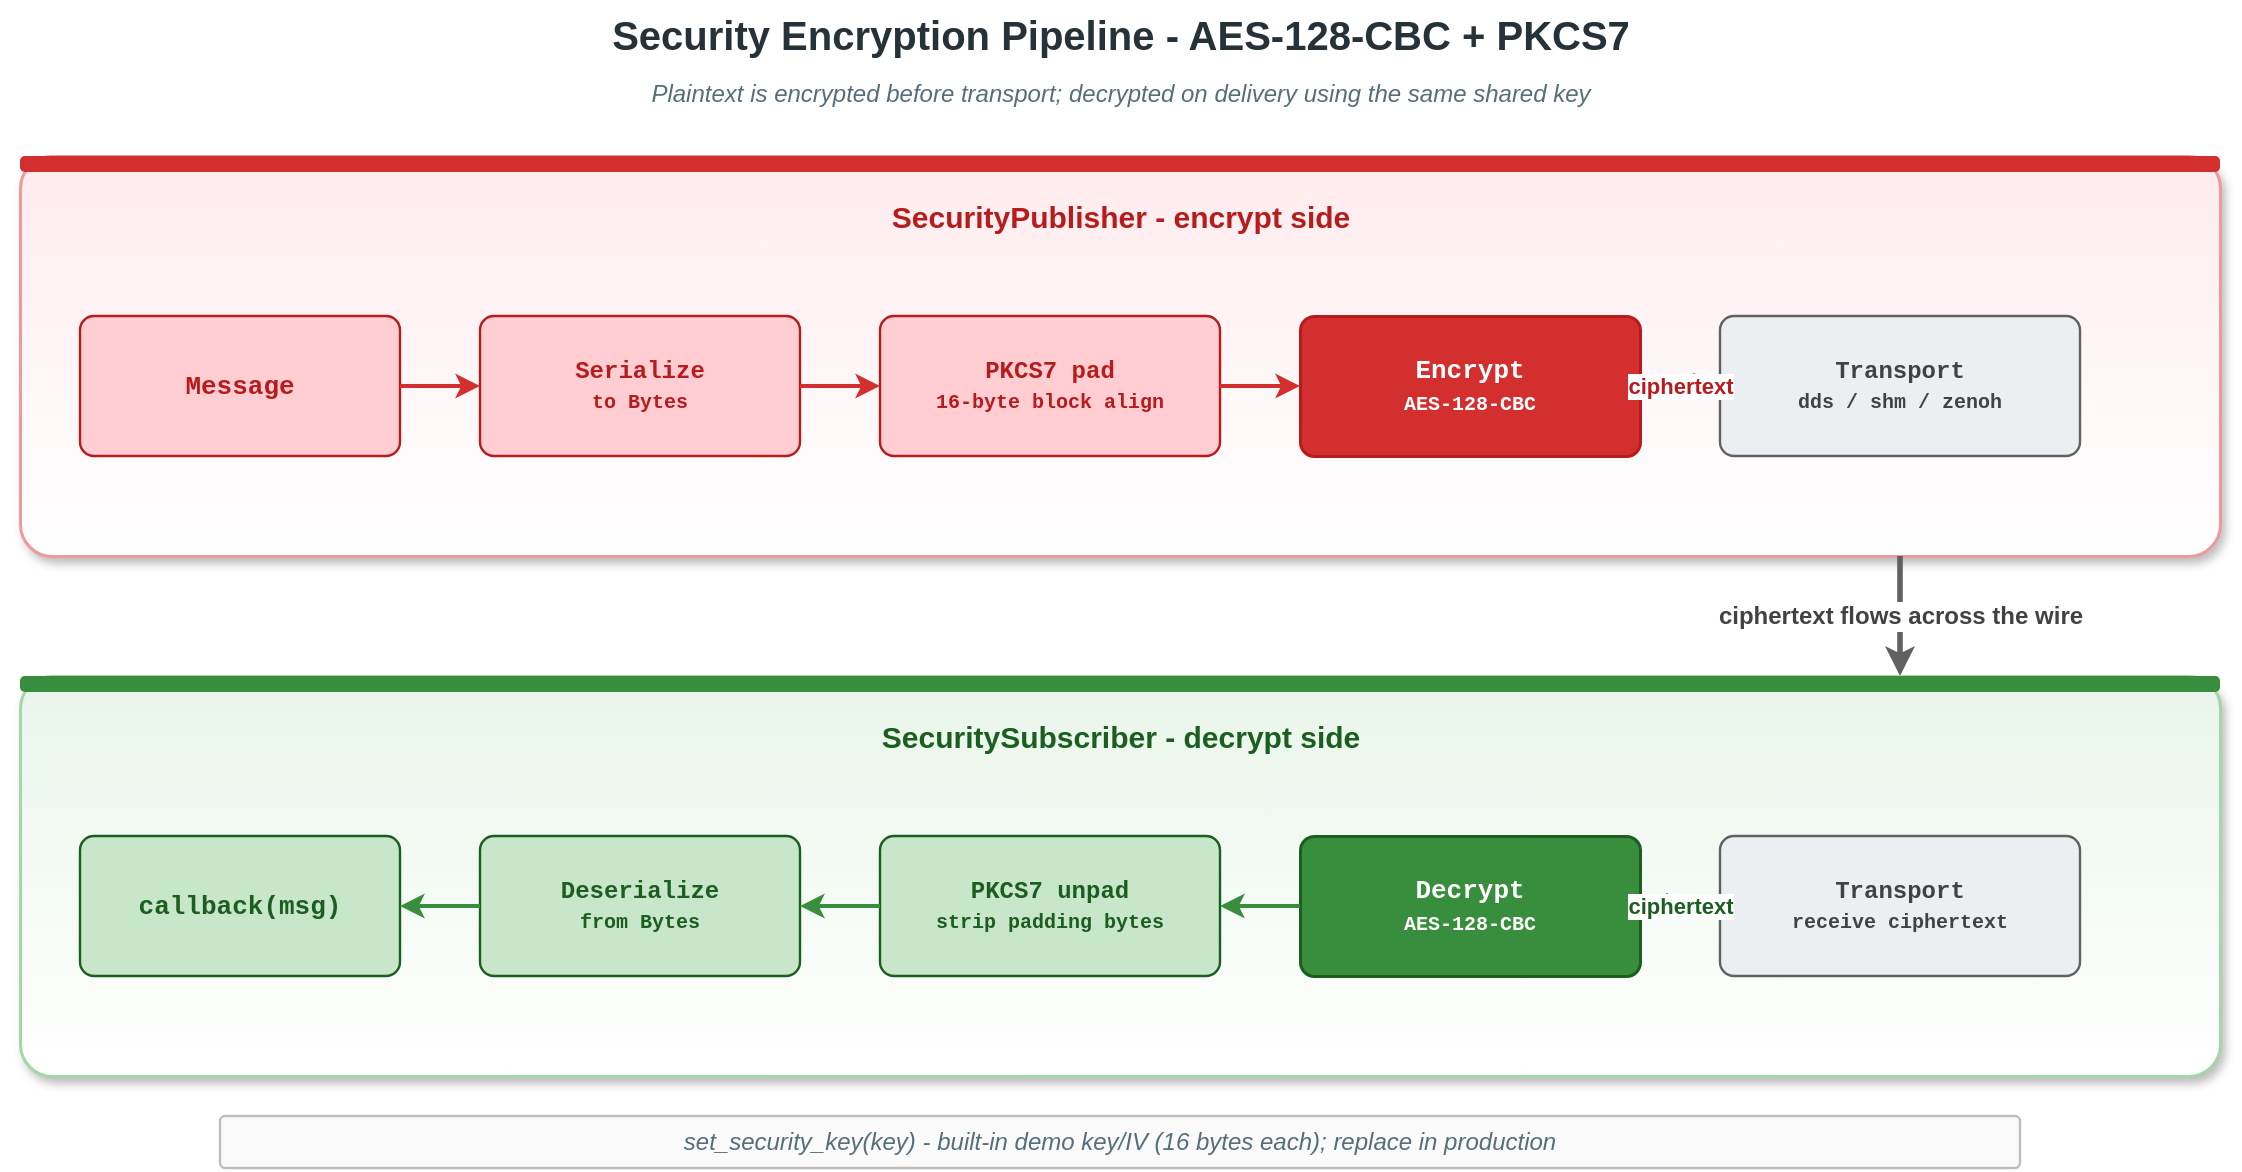
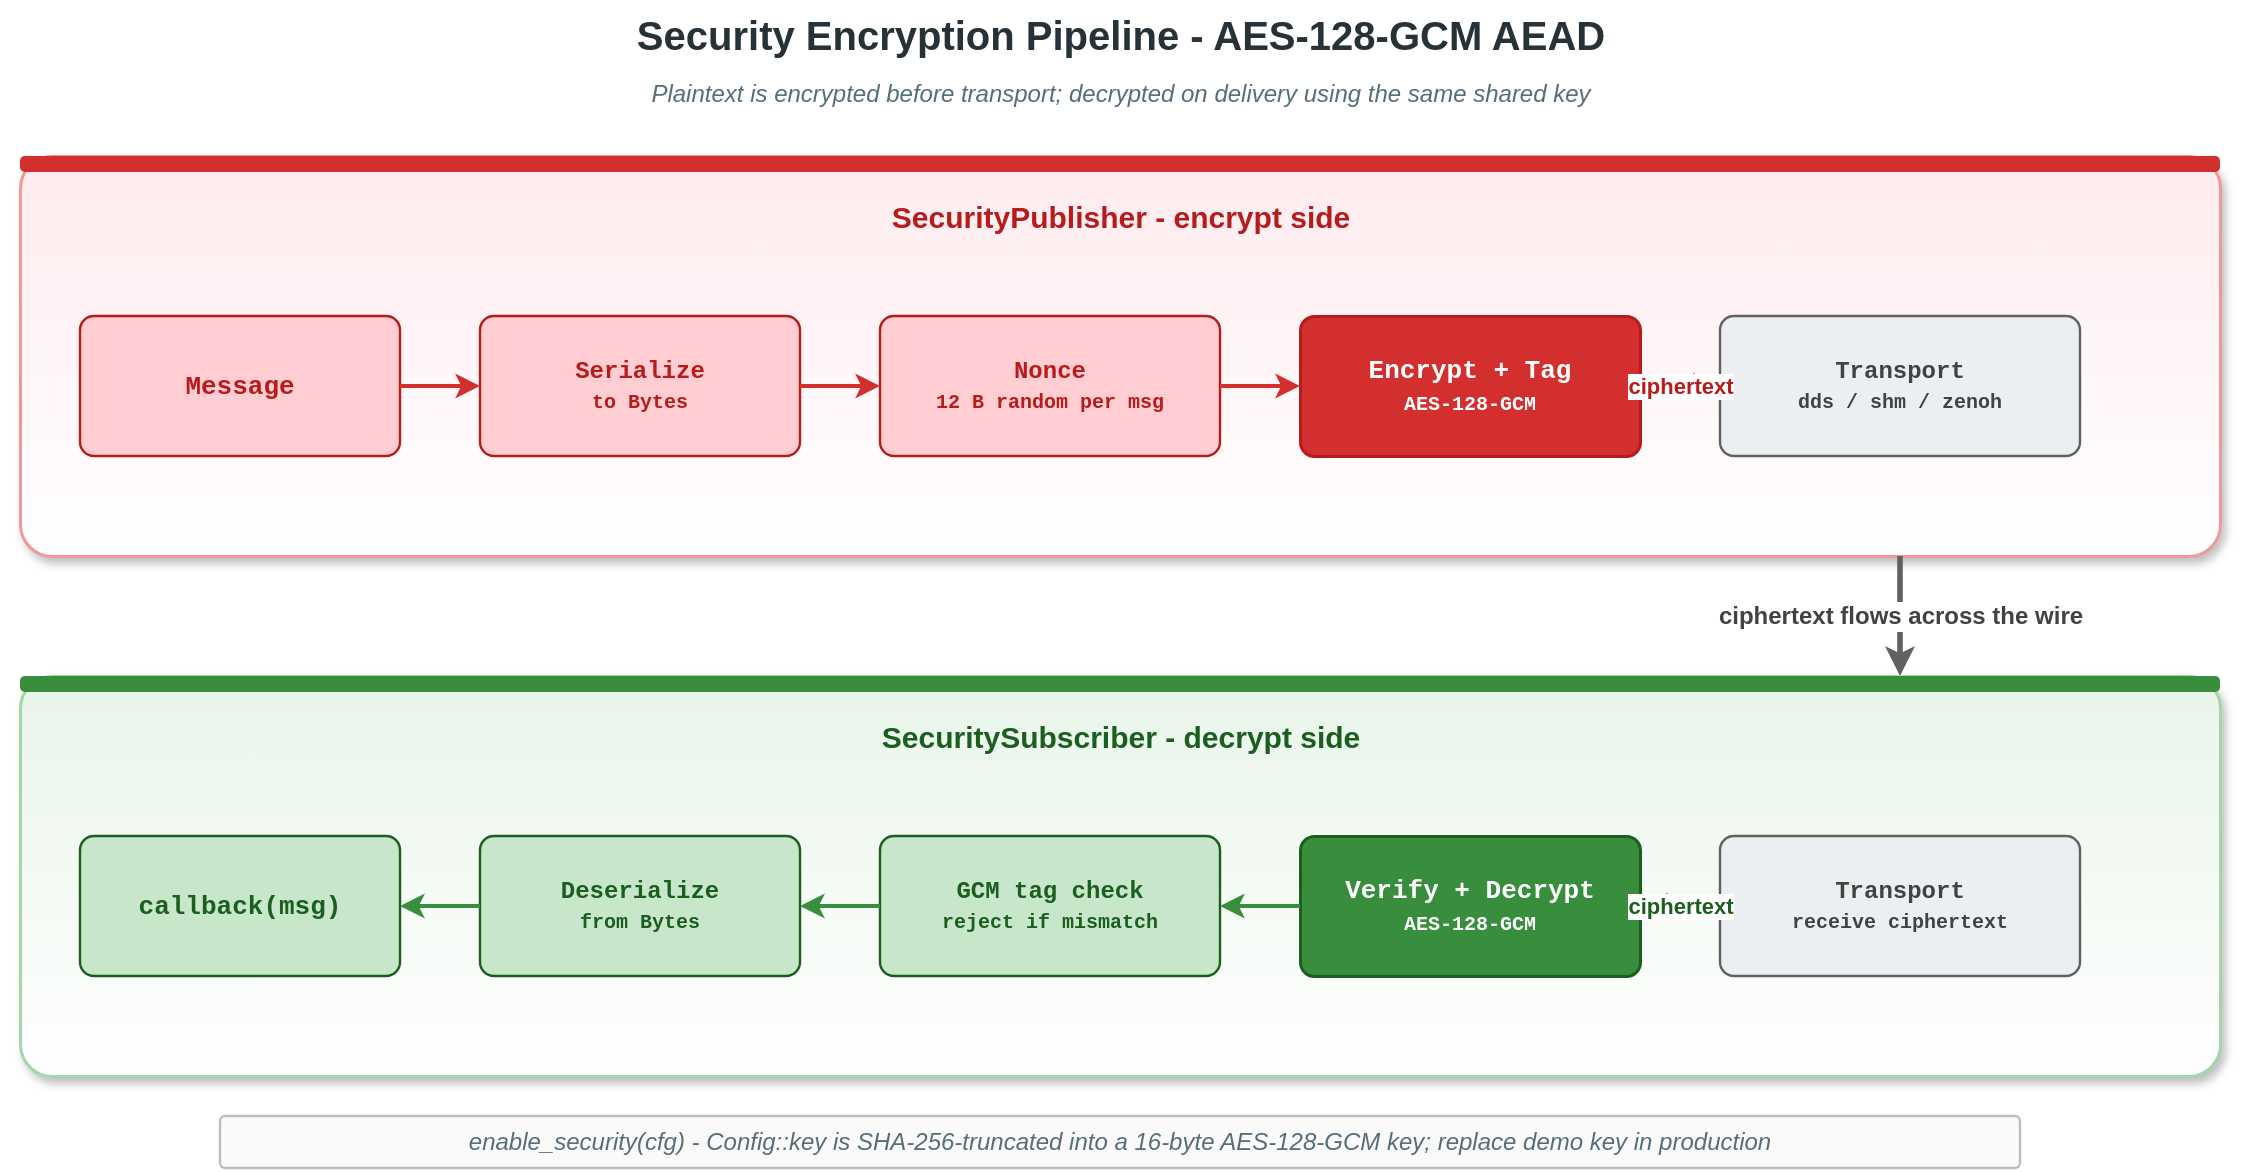
<mxfile host="app.diagrams.net" modified="2026-04-23T00:00:00.000Z" agent="Claude" version="24.0.0" type="device">
  <diagram id="security-encryption" name="Security Encryption Pipeline">
    <mxGraphModel dx="1180" dy="620" grid="0" gridSize="10" guides="1" tooltips="1" connect="1" arrows="1" fold="1" page="1" pageScale="1" pageWidth="1180" pageHeight="620" math="0" shadow="0">
      <root>
        <mxCell id="0" />
        <mxCell id="1" parent="0" />

-         <mxCell id="title" value="Security Encryption Pipeline  -  AES-128-CBC + PKCS7" style="text;html=1;align=center;verticalAlign=middle;strokeColor=none;fillColor=none;fontSize=20;fontStyle=1;fontColor=#263238;" vertex="1" parent="1">
+         <mxCell id="title" value="Security Encryption Pipeline  -  AES-128-GCM AEAD" style="text;html=1;align=center;verticalAlign=middle;strokeColor=none;fillColor=none;fontSize=20;fontStyle=1;fontColor=#263238;" vertex="1" parent="1">
          <mxGeometry x="30" y="22" width="1120" height="34" as="geometry" />
        </mxCell>
        <mxCell id="subtitle" value="Plaintext is encrypted before transport; decrypted on delivery using the same shared key" style="text;html=1;align=center;verticalAlign=middle;strokeColor=none;fillColor=none;fontSize=12;fontStyle=2;fontColor=#546e7a;" vertex="1" parent="1">
          <mxGeometry x="30" y="58" width="1120" height="22" as="geometry" />
        </mxCell>

        <mxCell id="pubBg" value="" style="rounded=1;whiteSpace=wrap;html=1;fillColor=#ffffff;strokeColor=#ef9a9a;strokeWidth=1.5;arcSize=8;shadow=1;gradientColor=#ffebee;gradientDirection=north;" vertex="1" parent="1">
          <mxGeometry x="40" y="100" width="1100" height="200" as="geometry" />
        </mxCell>
        <mxCell id="pubBar" value="" style="rounded=1;whiteSpace=wrap;html=1;fillColor=#d32f2f;strokeColor=none;arcSize=30;" vertex="1" parent="1">
          <mxGeometry x="40" y="100" width="1100" height="8" as="geometry" />
        </mxCell>
        <mxCell id="pubT" value="SecurityPublisher  -  encrypt side" style="text;html=1;align=center;verticalAlign=middle;strokeColor=none;fillColor=none;fontSize=15;fontStyle=1;fontColor=#b71c1c;" vertex="1" parent="1">
          <mxGeometry x="40" y="116" width="1100" height="28" as="geometry" />
        </mxCell>

        <mxCell id="pMsg" value="Message&lt;T&gt;" style="rounded=1;whiteSpace=wrap;html=1;fillColor=#ffcdd2;strokeColor=#b71c1c;strokeWidth=1.2;fontSize=13;fontFamily=Courier New;fontStyle=1;fontColor=#b71c1c;arcSize=10;" vertex="1" parent="1">
          <mxGeometry x="70" y="180" width="160" height="70" as="geometry" />
        </mxCell>
        <mxCell id="pSer" value="Serialize&lt;br&gt;&lt;span style=&quot;font-size:10px&quot;&gt;to Bytes&lt;/span&gt;" style="rounded=1;whiteSpace=wrap;html=1;fillColor=#ffcdd2;strokeColor=#b71c1c;strokeWidth=1.2;fontSize=12;fontFamily=Courier New;fontStyle=1;fontColor=#b71c1c;arcSize=10;" vertex="1" parent="1">
          <mxGeometry x="270" y="180" width="160" height="70" as="geometry" />
        </mxCell>
-         <mxCell id="pPad" value="PKCS7 pad&lt;br&gt;&lt;span style=&quot;font-size:10px&quot;&gt;16-byte block align&lt;/span&gt;" style="rounded=1;whiteSpace=wrap;html=1;fillColor=#ffcdd2;strokeColor=#b71c1c;strokeWidth=1.2;fontSize=12;fontFamily=Courier New;fontStyle=1;fontColor=#b71c1c;arcSize=10;" vertex="1" parent="1">
+         <mxCell id="pPad" value="Nonce&lt;br&gt;&lt;span style=&quot;font-size:10px&quot;&gt;12 B random per msg&lt;/span&gt;" style="rounded=1;whiteSpace=wrap;html=1;fillColor=#ffcdd2;strokeColor=#b71c1c;strokeWidth=1.2;fontSize=12;fontFamily=Courier New;fontStyle=1;fontColor=#b71c1c;arcSize=10;" vertex="1" parent="1">
          <mxGeometry x="470" y="180" width="170" height="70" as="geometry" />
        </mxCell>
-         <mxCell id="pEnc" value="Encrypt&lt;br&gt;&lt;span style=&quot;font-size:10px&quot;&gt;AES-128-CBC&lt;/span&gt;" style="rounded=1;whiteSpace=wrap;html=1;fillColor=#d32f2f;strokeColor=#b71c1c;strokeWidth=1.5;fontSize=13;fontFamily=Courier New;fontStyle=1;fontColor=#ffffff;arcSize=10;" vertex="1" parent="1">
+         <mxCell id="pEnc" value="Encrypt + Tag&lt;br&gt;&lt;span style=&quot;font-size:10px&quot;&gt;AES-128-GCM&lt;/span&gt;" style="rounded=1;whiteSpace=wrap;html=1;fillColor=#d32f2f;strokeColor=#b71c1c;strokeWidth=1.5;fontSize=13;fontFamily=Courier New;fontStyle=1;fontColor=#ffffff;arcSize=10;" vertex="1" parent="1">
          <mxGeometry x="680" y="180" width="170" height="70" as="geometry" />
        </mxCell>
        <mxCell id="pTx" value="Transport&lt;br&gt;&lt;span style=&quot;font-size:10px&quot;&gt;dds / shm / zenoh&lt;/span&gt;" style="rounded=1;whiteSpace=wrap;html=1;fillColor=#eceff1;strokeColor=#616161;strokeWidth=1.2;fontSize=12;fontFamily=Courier New;fontStyle=1;fontColor=#424242;arcSize=10;" vertex="1" parent="1">
          <mxGeometry x="890" y="180" width="180" height="70" as="geometry" />
        </mxCell>

        <mxCell id="pA1" value="" style="endArrow=classic;endFill=1;html=1;strokeWidth=2;strokeColor=#d32f2f;exitX=1;exitY=0.5;entryX=0;entryY=0.5;rounded=1;" edge="1" parent="1" source="pMsg" target="pSer">
          <mxGeometry relative="1" as="geometry" />
        </mxCell>
        <mxCell id="pA2" value="" style="endArrow=classic;endFill=1;html=1;strokeWidth=2;strokeColor=#d32f2f;exitX=1;exitY=0.5;entryX=0;entryY=0.5;rounded=1;" edge="1" parent="1" source="pSer" target="pPad">
          <mxGeometry relative="1" as="geometry" />
        </mxCell>
        <mxCell id="pA3" value="" style="endArrow=classic;endFill=1;html=1;strokeWidth=2;strokeColor=#d32f2f;exitX=1;exitY=0.5;entryX=0;entryY=0.5;rounded=1;" edge="1" parent="1" source="pPad" target="pEnc">
          <mxGeometry relative="1" as="geometry" />
        </mxCell>
        <mxCell id="pA4" value="ciphertext" style="endArrow=classic;endFill=1;html=1;strokeWidth=2.4;strokeColor=#b71c1c;fontSize=11;fontStyle=1;fontColor=#b71c1c;exitX=1;exitY=0.5;entryX=0;entryY=0.5;labelBackgroundColor=#ffffff;rounded=1;" edge="1" parent="1" source="pEnc" target="pTx">
          <mxGeometry relative="1" as="geometry" />
        </mxCell>

        <mxCell id="xWire" value="ciphertext flows across the wire" style="endArrow=classic;endFill=1;html=1;strokeWidth=2.8;strokeColor=#616161;fontSize=12;fontStyle=1;fontColor=#424242;labelBackgroundColor=#ffffff;rounded=1;edgeStyle=orthogonalEdgeStyle;" edge="1" parent="1">
          <mxGeometry relative="1" as="geometry">
            <mxPoint x="980" y="300" as="sourcePoint" />
            <mxPoint x="980" y="360" as="targetPoint" />
          </mxGeometry>
        </mxCell>

        <mxCell id="subBg" value="" style="rounded=1;whiteSpace=wrap;html=1;fillColor=#ffffff;strokeColor=#a5d6a7;strokeWidth=1.5;arcSize=8;shadow=1;gradientColor=#e8f5e9;gradientDirection=north;" vertex="1" parent="1">
          <mxGeometry x="40" y="360" width="1100" height="200" as="geometry" />
        </mxCell>
        <mxCell id="subBar" value="" style="rounded=1;whiteSpace=wrap;html=1;fillColor=#388e3c;strokeColor=none;arcSize=30;" vertex="1" parent="1">
          <mxGeometry x="40" y="360" width="1100" height="8" as="geometry" />
        </mxCell>
        <mxCell id="subT" value="SecuritySubscriber  -  decrypt side" style="text;html=1;align=center;verticalAlign=middle;strokeColor=none;fillColor=none;fontSize=15;fontStyle=1;fontColor=#1b5e20;" vertex="1" parent="1">
          <mxGeometry x="40" y="376" width="1100" height="28" as="geometry" />
        </mxCell>

        <mxCell id="sRx" value="Transport&lt;br&gt;&lt;span style=&quot;font-size:10px&quot;&gt;receive ciphertext&lt;/span&gt;" style="rounded=1;whiteSpace=wrap;html=1;fillColor=#eceff1;strokeColor=#616161;strokeWidth=1.2;fontSize=12;fontFamily=Courier New;fontStyle=1;fontColor=#424242;arcSize=10;" vertex="1" parent="1">
          <mxGeometry x="890" y="440" width="180" height="70" as="geometry" />
        </mxCell>
-         <mxCell id="sDec" value="Decrypt&lt;br&gt;&lt;span style=&quot;font-size:10px&quot;&gt;AES-128-CBC&lt;/span&gt;" style="rounded=1;whiteSpace=wrap;html=1;fillColor=#388e3c;strokeColor=#1b5e20;strokeWidth=1.5;fontSize=13;fontFamily=Courier New;fontStyle=1;fontColor=#ffffff;arcSize=10;" vertex="1" parent="1">
+         <mxCell id="sDec" value="Verify + Decrypt&lt;br&gt;&lt;span style=&quot;font-size:10px&quot;&gt;AES-128-GCM&lt;/span&gt;" style="rounded=1;whiteSpace=wrap;html=1;fillColor=#388e3c;strokeColor=#1b5e20;strokeWidth=1.5;fontSize=13;fontFamily=Courier New;fontStyle=1;fontColor=#ffffff;arcSize=10;" vertex="1" parent="1">
          <mxGeometry x="680" y="440" width="170" height="70" as="geometry" />
        </mxCell>
-         <mxCell id="sUnpad" value="PKCS7 unpad&lt;br&gt;&lt;span style=&quot;font-size:10px&quot;&gt;strip padding bytes&lt;/span&gt;" style="rounded=1;whiteSpace=wrap;html=1;fillColor=#c8e6c9;strokeColor=#1b5e20;strokeWidth=1.2;fontSize=12;fontFamily=Courier New;fontStyle=1;fontColor=#1b5e20;arcSize=10;" vertex="1" parent="1">
+         <mxCell id="sUnpad" value="GCM tag check&lt;br&gt;&lt;span style=&quot;font-size:10px&quot;&gt;reject if mismatch&lt;/span&gt;" style="rounded=1;whiteSpace=wrap;html=1;fillColor=#c8e6c9;strokeColor=#1b5e20;strokeWidth=1.2;fontSize=12;fontFamily=Courier New;fontStyle=1;fontColor=#1b5e20;arcSize=10;" vertex="1" parent="1">
          <mxGeometry x="470" y="440" width="170" height="70" as="geometry" />
        </mxCell>
        <mxCell id="sDeser" value="Deserialize&lt;br&gt;&lt;span style=&quot;font-size:10px&quot;&gt;from Bytes&lt;/span&gt;" style="rounded=1;whiteSpace=wrap;html=1;fillColor=#c8e6c9;strokeColor=#1b5e20;strokeWidth=1.2;fontSize=12;fontFamily=Courier New;fontStyle=1;fontColor=#1b5e20;arcSize=10;" vertex="1" parent="1">
          <mxGeometry x="270" y="440" width="160" height="70" as="geometry" />
        </mxCell>
        <mxCell id="sCb" value="callback(msg)" style="rounded=1;whiteSpace=wrap;html=1;fillColor=#c8e6c9;strokeColor=#1b5e20;strokeWidth=1.2;fontSize=13;fontFamily=Courier New;fontStyle=1;fontColor=#1b5e20;arcSize=10;" vertex="1" parent="1">
          <mxGeometry x="70" y="440" width="160" height="70" as="geometry" />
        </mxCell>

        <mxCell id="sA1" value="ciphertext" style="endArrow=classic;endFill=1;html=1;strokeWidth=2.4;strokeColor=#1b5e20;fontSize=11;fontStyle=1;fontColor=#1b5e20;exitX=0;exitY=0.5;entryX=1;entryY=0.5;labelBackgroundColor=#ffffff;rounded=1;" edge="1" parent="1" source="sRx" target="sDec">
          <mxGeometry relative="1" as="geometry" />
        </mxCell>
        <mxCell id="sA2" value="" style="endArrow=classic;endFill=1;html=1;strokeWidth=2;strokeColor=#388e3c;exitX=0;exitY=0.5;entryX=1;entryY=0.5;rounded=1;" edge="1" parent="1" source="sDec" target="sUnpad">
          <mxGeometry relative="1" as="geometry" />
        </mxCell>
        <mxCell id="sA3" value="" style="endArrow=classic;endFill=1;html=1;strokeWidth=2;strokeColor=#388e3c;exitX=0;exitY=0.5;entryX=1;entryY=0.5;rounded=1;" edge="1" parent="1" source="sUnpad" target="sDeser">
          <mxGeometry relative="1" as="geometry" />
        </mxCell>
        <mxCell id="sA4" value="" style="endArrow=classic;endFill=1;html=1;strokeWidth=2;strokeColor=#388e3c;exitX=0;exitY=0.5;entryX=1;entryY=0.5;rounded=1;" edge="1" parent="1" source="sDeser" target="sCb">
          <mxGeometry relative="1" as="geometry" />
        </mxCell>

-         <mxCell id="note1" value="set_security_key(key)   -   built-in demo key/IV (16 bytes each); replace in production" style="rounded=1;whiteSpace=wrap;html=1;fillColor=#fafafa;strokeColor=#bdbdbd;strokeWidth=1.2;fontSize=12;fontStyle=2;fontColor=#546e7a;arcSize=10;" vertex="1" parent="1">
+         <mxCell id="note1" value="enable_security(cfg)   -   Config::key is SHA-256-truncated into a 16-byte AES-128-GCM key; replace demo key in production" style="rounded=1;whiteSpace=wrap;html=1;fillColor=#fafafa;strokeColor=#bdbdbd;strokeWidth=1.2;fontSize=12;fontStyle=2;fontColor=#546e7a;arcSize=10;" vertex="1" parent="1">
          <mxGeometry x="140" y="580" width="900" height="26" as="geometry" />
        </mxCell>

      </root>
    </mxGraphModel>
  </diagram>
</mxfile>
